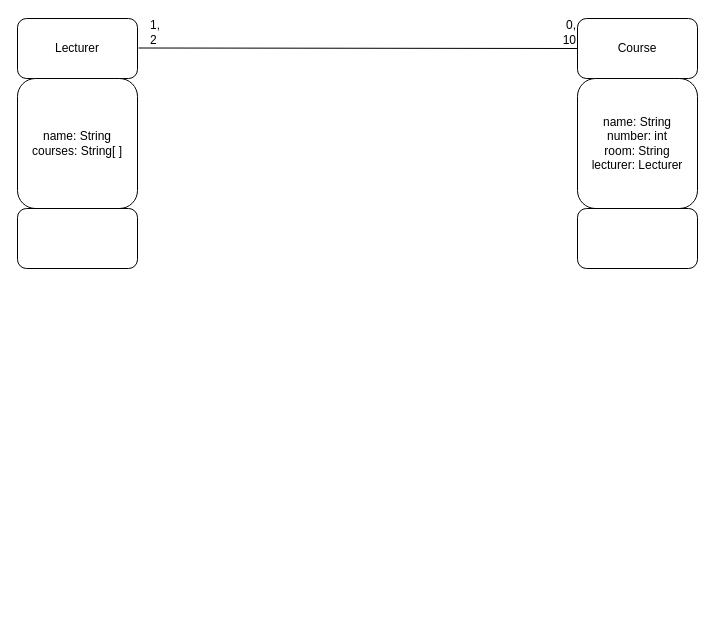
The draw.io diagram Lab6-Ex4.drawio in ben-porteous/CompSci718-Miscellaneous, before the edit. Source tidied: cells renumbered, new cells numbered last; positions are measured from the earlier drawing's top-left corner, leaving out a move shared by most shapes. Both pictures are drawn from the tidied source at 100%, with x=0, y=0 at pixel (17, 18).
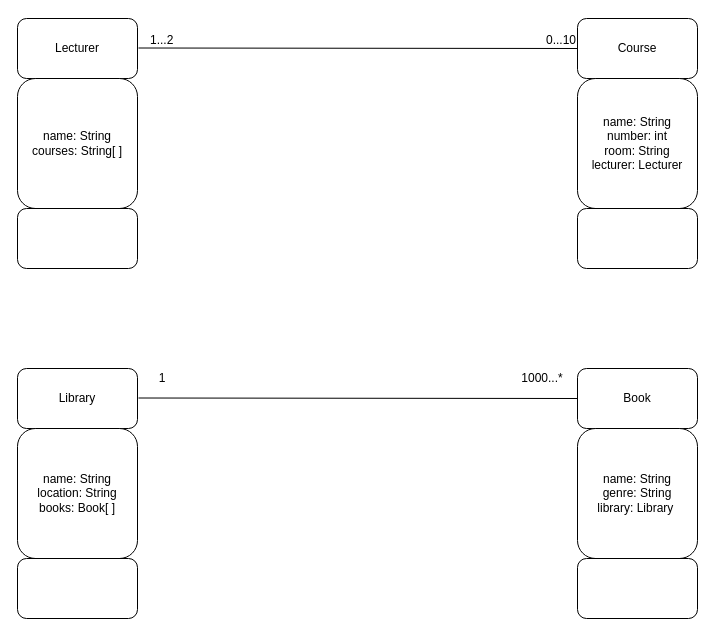
Above is the later version.

The change refers to these unchanged cells:
```xml
<mxCell id="8" style="endArrow=none;html=1;rounded=0;entryX=0;entryY=0.5;entryDx=0;entryDy=0;" parent="1" edge="1" target="3">
  <mxGeometry relative="1" as="geometry">
    <mxPoint x="121" y="29.5" as="sourcePoint" />
  </mxGeometry>
</mxCell>
```

Diff of the diagram source:
```diff
@@
-    <mxCell id="9" value="1, 2" style="html=1;whiteSpace=wrap;align=left;verticalAlign=bottom;" parent="8" vertex="1">
+    <mxCell id="9" value="1...2" style="html=1;whiteSpace=wrap;align=left;verticalAlign=bottom;" parent="8" vertex="1">
       <mxGeometry x="-1" relative="1" as="geometry">
         <mxPoint x="10" as="offset" />
       </mxGeometry>
     </mxCell>
-    <mxCell id="10" value="0, 10" style="html=1;whiteSpace=wrap;align=right;verticalAlign=bottom;" parent="8" vertex="1">
+    <mxCell id="10" value="0...10" style="html=1;whiteSpace=wrap;align=right;verticalAlign=bottom;" parent="8" vertex="1">
       <mxGeometry x="1" relative="1" as="geometry" />
     </mxCell>
+    <mxCell id="11" value="Library" style="rounded=1;whiteSpace=wrap;html=1;" parent="1" vertex="1">
+      <mxGeometry y="350" width="120" height="60" as="geometry" />
+    </mxCell>
+    <mxCell id="12" value="Book" style="rounded=1;whiteSpace=wrap;html=1;" parent="1" vertex="1">
+      <mxGeometry x="560" y="350" width="120" height="60" as="geometry" />
+    </mxCell>
+    <mxCell id="13" value="name: String&lt;div&gt;location: String&lt;/div&gt;&lt;div&gt;books: Book[ ]&lt;/div&gt;" style="rounded=1;whiteSpace=wrap;html=1;" parent="1" vertex="1">
+      <mxGeometry y="410" width="120" height="130" as="geometry" />
+    </mxCell>
+    <mxCell id="14" style="rounded=1;whiteSpace=wrap;html=1;" parent="1" vertex="1">
+      <mxGeometry y="540" width="120" height="60" as="geometry" />
+    </mxCell>
+    <mxCell id="15" value="name: String&lt;div&gt;genre: String&lt;/div&gt;&lt;div&gt;library: Library&amp;nbsp;&lt;/div&gt;" style="rounded=1;whiteSpace=wrap;html=1;" parent="1" vertex="1">
+      <mxGeometry x="560" y="410" width="120" height="130" as="geometry" />
+    </mxCell>
+    <mxCell id="16" style="rounded=1;whiteSpace=wrap;html=1;" parent="1" vertex="1">
+      <mxGeometry x="560" y="540" width="120" height="60" as="geometry" />
+    </mxCell>
+    <mxCell id="17" style="endArrow=none;html=1;rounded=0;entryX=0;entryY=0.5;entryDx=0;entryDy=0;" parent="1" edge="1" target="12">
+      <mxGeometry relative="1" as="geometry">
+        <mxPoint x="121" y="379.5" as="sourcePoint" />
+      </mxGeometry>
+    </mxCell>
+    <mxCell id="18" value="1" style="rounded=1;whiteSpace=wrap;html=1;strokeColor=none;" parent="1" vertex="1">
+      <mxGeometry x="130" y="350" width="30" height="20" as="geometry" />
+    </mxCell>
+    <mxCell id="19" value="1000...*" style="rounded=1;whiteSpace=wrap;html=1;strokeColor=none;" parent="1" vertex="1">
+      <mxGeometry x="500" y="350" width="50" height="20" as="geometry" />
+    </mxCell>
```
